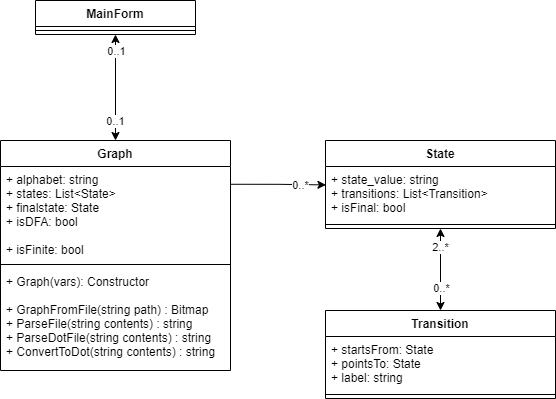
Earlier version of the draw.io export ALE2_UML.png (Louttche/ALE2). Source tidied: cells renumbered, new cells last; positions are measured from the earlier drawing's top-left corner, leaving out a move shared by most shapes.
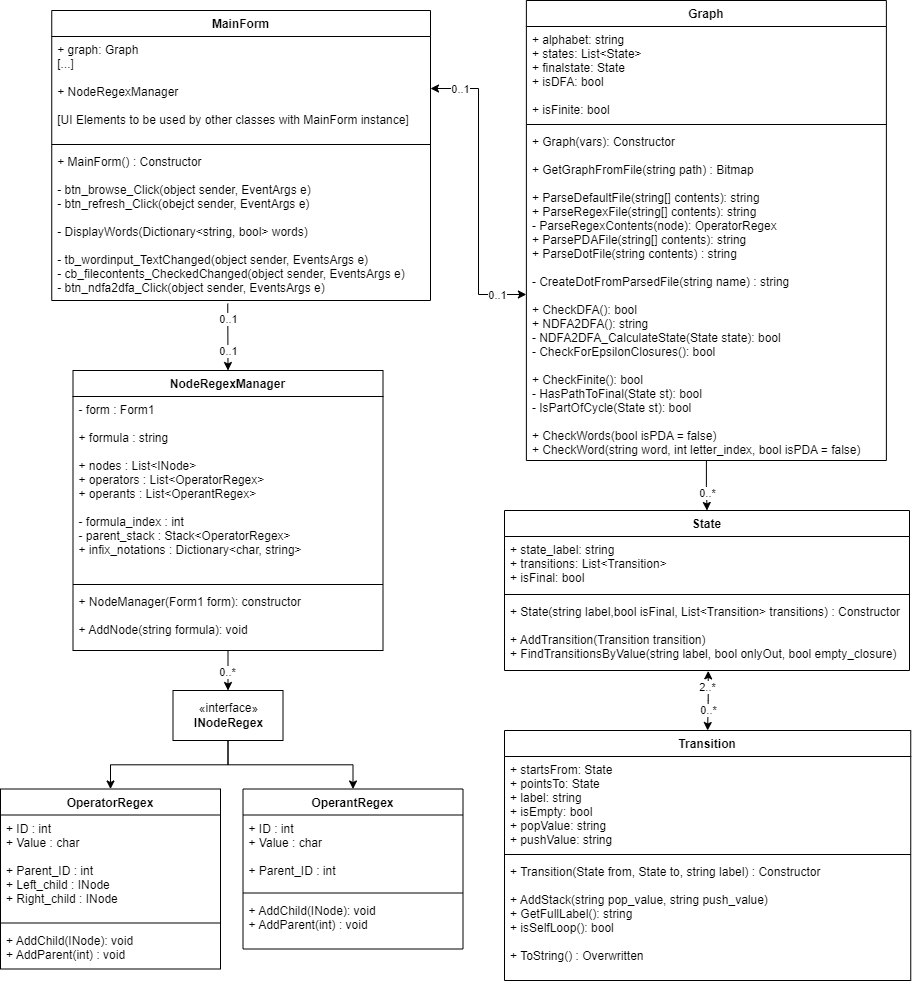
After the change.

Change to the diagram source:
```diff
@@ -2,46 +2,38 @@
   <root>
     <mxCell id="0" />
     <mxCell id="1" parent="0" />
-    <mxCell id="2" style="edgeStyle=orthogonalEdgeStyle;rounded=0;jettySize=auto;html=1;entryX=0.002;entryY=0.341;entryDx=0;entryDy=0;entryPerimeter=0;exitX=1;exitY=0.189;exitDx=0;exitDy=0;exitPerimeter=0;" parent="1" edge="1" source="5" target="17">
-      <mxGeometry relative="1" as="geometry" />
-    </mxCell>
-    <mxCell id="3" value="0..*" style="edgeLabel;html=1;align=center;verticalAlign=middle;" parent="2" vertex="1">
-      <mxGeometry x="0.27" y="-1" relative="1" as="geometry">
-        <mxPoint x="9" y="-1" as="offset" />
-      </mxGeometry>
-    </mxCell>
+    <mxCell id="22" style="edgeStyle=orthogonalEdgeStyle;rounded=0;jettySize=auto;html=1;entryX=0.5;entryY=0;entryDx=0;entryDy=0;" parent="1" edge="1" source="4" target="16">
+      <mxGeometry relative="1" as="geometry" />
+    </mxCell>
+    <mxCell id="23" value="0..*" style="edgeLabel;html=1;align=center;verticalAlign=middle;" parent="22" vertex="1">
+      <mxGeometry x="0.3" relative="1" as="geometry" />
+    </mxCell>
     <mxCell id="4" value="Graph" style="swimlane;fontStyle=1;align=center;verticalAlign=top;horizontal=1;startSize=26;" parent="1" vertex="1">
-      <mxGeometry y="140" width="230" height="230" as="geometry" />
+      <mxGeometry x="445.9" y="-80" width="360" height="460" as="geometry" />
     </mxCell>
     <mxCell id="5" value="+ alphabet: string&#10;+ states: List&lt;State&gt;&#10;+ finalstate: State&#10;+ isDFA: bool&#10;&#10;+ isFinite: bool&#10;" style="text;strokeColor=none;fillColor=none;align=left;verticalAlign=top;spacingLeft=4;spacingRight=4;overflow=hidden;points=[[0,0.5],[1,0.5]];portConstraint=eastwest;" parent="4" vertex="1">
-      <mxGeometry y="26" width="230" height="94" as="geometry" />
+      <mxGeometry y="26" width="360" height="94" as="geometry" />
     </mxCell>
     <mxCell id="6" style="line;strokeWidth=1;fillColor=none;align=left;verticalAlign=middle;spacingTop=-1;spacingLeft=3;spacingRight=3;labelPosition=right;" parent="4" vertex="1">
-      <mxGeometry y="120" width="230" height="8" as="geometry" />
+      <mxGeometry y="120" width="360" height="8" as="geometry" />
     </mxCell>
-    <mxCell id="7" value="+ Graph(vars): Constructor&#10;&#10;+ GraphFromFile(string path) : Bitmap&#10;+ ParseFile(string contents) : string&#10;+ ParseDotFile(string contents) : string&#10;+ ConvertToDot(string contents) : string" style="text;strokeColor=none;fillColor=none;align=left;verticalAlign=top;spacingLeft=4;spacingRight=4;overflow=hidden;points=[[0,0.5],[1,0.5]];portConstraint=eastwest;" parent="4" vertex="1">
-      <mxGeometry y="128" width="230" height="102" as="geometry" />
+    <mxCell id="7" value="+ Graph(vars): Constructor&#10;&#10;+ GetGraphFromFile(string path) : Bitmap&#10;&#10;+ ParseDefaultFile(string[] contents): string&#10;+ ParseRegexFile(string[] contents): string&#10;- ParseRegexContents(node): OperatorRegex&#10;+ ParsePDAFile(string[] contents): string&#10;+ ParseDotFile(string contents) : string&#10;&#10;- CreateDotFromParsedFile(string name) : string&#10;&#10;+ CheckDFA(): bool&#10;+ NDFA2DFA(): string&#10;- NDFA2DFA_CalculateState(State state): bool&#10;- CheckForEpsilonClosures(): bool&#10;&#10;+ CheckFinite(): bool&#10;- HasPathToFinal(State st): bool&#10;- IsPartOfCycle(State st): bool&#10;&#10;+ CheckWords(bool isPDA = false)&#10;+ CheckWord(string word, int letter_index, bool isPDA = false)" style="text;strokeColor=none;fillColor=none;align=left;verticalAlign=top;spacingLeft=4;spacingRight=4;overflow=hidden;points=[[0,0.5],[1,0.5]];portConstraint=eastwest;" parent="4" vertex="1">
+      <mxGeometry y="128" width="360" height="332" as="geometry" />
     </mxCell>
-    <mxCell id="8" style="edgeStyle=orthogonalEdgeStyle;rounded=0;jettySize=auto;html=1;exitX=0.5;exitY=1;exitDx=0;exitDy=0;entryX=0.5;entryY=0;entryDx=0;entryDy=0;startArrow=classic;startFill=1;" parent="1" edge="1" source="11" target="4">
+    <mxCell id="8" style="edgeStyle=orthogonalEdgeStyle;rounded=0;jettySize=auto;html=1;startArrow=classic;startFill=1;exitX=1;exitY=0.5;exitDx=0;exitDy=0;entryX=0;entryY=0.5;entryDx=0;entryDy=0;" parent="1" edge="1" source="47" target="7">
       <mxGeometry relative="1" as="geometry" />
     </mxCell>
     <mxCell id="9" value="0..1" style="edgeLabel;html=1;align=center;verticalAlign=middle;" parent="8" vertex="1">
       <mxGeometry x="0.69" y="-1" relative="1" as="geometry">
-        <mxPoint y="-4" as="offset" />
+        <mxPoint x="17" y="-1" as="offset" />
       </mxGeometry>
     </mxCell>
     <mxCell id="10" value="0..1" style="edgeLabel;html=1;align=center;verticalAlign=middle;" parent="8" vertex="1">
       <mxGeometry x="-0.78" relative="1" as="geometry">
-        <mxPoint y="4" as="offset" />
+        <mxPoint x="-4" as="offset" />
       </mxGeometry>
     </mxCell>
-    <mxCell id="11" value="MainForm" style="swimlane;fontStyle=1;align=center;verticalAlign=top;horizontal=1;startSize=26;" parent="1" vertex="1">
-      <mxGeometry x="35" width="160" height="34" as="geometry" />
-    </mxCell>
-    <mxCell id="12" style="line;strokeWidth=1;fillColor=none;align=left;verticalAlign=middle;spacingTop=-1;spacingLeft=3;spacingRight=3;labelPosition=right;" parent="11" vertex="1">
-      <mxGeometry y="26" width="160" height="8" as="geometry" />
-    </mxCell>
-    <mxCell id="13" style="edgeStyle=orthogonalEdgeStyle;rounded=0;jettySize=auto;html=1;exitX=0.5;exitY=1;exitDx=0;exitDy=0;entryX=0.5;entryY=0;entryDx=0;entryDy=0;startArrow=classic;startFill=1;" parent="1" edge="1" source="16" target="19">
+    <mxCell id="13" style="edgeStyle=orthogonalEdgeStyle;rounded=0;jettySize=auto;html=1;exitX=0.503;exitY=1.005;exitDx=0;exitDy=0;entryX=0.5;entryY=0;entryDx=0;entryDy=0;startArrow=classic;startFill=1;exitPerimeter=0;" parent="1" edge="1" source="43" target="19">
       <mxGeometry relative="1" as="geometry" />
     </mxCell>
     <mxCell id="14" value="0..*" style="edgeLabel;html=1;align=center;verticalAlign=middle;" parent="13" vertex="1">
@@ -54,23 +46,112 @@
         <mxPoint y="10" as="offset" />
       </mxGeometry>
     </mxCell>
+    <mxCell id="24" style="edgeStyle=orthogonalEdgeStyle;rounded=0;jettySize=auto;html=1;entryX=0.5;entryY=0;entryDx=0;entryDy=0;" parent="1" edge="1" source="26" target="27">
+      <mxGeometry relative="1" as="geometry" />
+    </mxCell>
+    <mxCell id="25" style="edgeStyle=orthogonalEdgeStyle;rounded=0;jettySize=auto;html=1;entryX=0.5;entryY=0;entryDx=0;entryDy=0;" parent="1" edge="1" source="26" target="31">
+      <mxGeometry relative="1" as="geometry" />
+    </mxCell>
+    <mxCell id="26" value="«interface»&lt;br&gt;&lt;b&gt;INodeRegex&lt;/b&gt;" style="html=1;" parent="1" vertex="1">
+      <mxGeometry x="92.5" y="610" width="110" height="50" as="geometry" />
+    </mxCell>
+    <mxCell id="27" value="OperatorRegex" style="swimlane;fontStyle=1;align=center;verticalAlign=top;horizontal=1;startSize=26;" parent="1" vertex="1">
+      <mxGeometry x="-80" y="708.5" width="220" height="180" as="geometry" />
+    </mxCell>
+    <mxCell id="28" value="+ ID : int&#10;+ Value : char&#10;&#10;+ Parent_ID : int&#10;+ Left_child : INode&#10;+ Right_child : INode" style="text;strokeColor=none;fillColor=none;align=left;verticalAlign=top;spacingLeft=4;spacingRight=4;overflow=hidden;" parent="27" vertex="1">
+      <mxGeometry y="26" width="220" height="104" as="geometry" />
+    </mxCell>
+    <mxCell id="29" style="line;strokeWidth=1;fillColor=none;align=left;verticalAlign=middle;spacingTop=-1;spacingLeft=3;spacingRight=3;labelPosition=right;" parent="27" vertex="1">
+      <mxGeometry y="130" width="220" height="8" as="geometry" />
+    </mxCell>
+    <mxCell id="30" value="+ AddChild(INode): void&#10;+ AddParent(int) : void" style="text;strokeColor=none;fillColor=none;align=left;verticalAlign=top;spacingLeft=4;spacingRight=4;overflow=hidden;" parent="27" vertex="1">
+      <mxGeometry y="138" width="220" height="42" as="geometry" />
+    </mxCell>
+    <mxCell id="31" value="OperantRegex" style="swimlane;fontStyle=1;align=center;verticalAlign=top;horizontal=1;startSize=26;" parent="1" vertex="1">
+      <mxGeometry x="162.5" y="708.5" width="220" height="160" as="geometry" />
+    </mxCell>
+    <mxCell id="32" value="+ ID : int&#10;+ Value : char&#10;&#10;+ Parent_ID : int&#10;" style="text;strokeColor=none;fillColor=none;align=left;verticalAlign=top;spacingLeft=4;spacingRight=4;overflow=hidden;" parent="31" vertex="1">
+      <mxGeometry y="26" width="220" height="74" as="geometry" />
+    </mxCell>
+    <mxCell id="33" style="line;strokeWidth=1;fillColor=none;align=left;verticalAlign=middle;spacingTop=-1;spacingLeft=3;spacingRight=3;labelPosition=right;" parent="31" vertex="1">
+      <mxGeometry y="100" width="220" height="8" as="geometry" />
+    </mxCell>
+    <mxCell id="34" value="+ AddChild(INode): void&#10;+ AddParent(int) : void" style="text;strokeColor=none;fillColor=none;align=left;verticalAlign=top;spacingLeft=4;spacingRight=4;overflow=hidden;" parent="31" vertex="1">
+      <mxGeometry y="108" width="220" height="52" as="geometry" />
+    </mxCell>
+    <mxCell id="35" style="edgeStyle=orthogonalEdgeStyle;rounded=0;jettySize=auto;html=1;entryX=0.5;entryY=0;entryDx=0;entryDy=0;" parent="1" edge="1" source="37" target="26">
+      <mxGeometry relative="1" as="geometry" />
+    </mxCell>
+    <mxCell id="36" value="0..*" style="edgeLabel;html=1;align=center;verticalAlign=middle;" parent="35" vertex="1">
+      <mxGeometry x="0.31" y="-1" relative="1" as="geometry">
+        <mxPoint y="-5" as="offset" />
+      </mxGeometry>
+    </mxCell>
+    <mxCell id="37" value="NodeRegexManager" style="swimlane;fontStyle=1;align=center;verticalAlign=top;horizontal=1;startSize=26;" parent="1" vertex="1">
+      <mxGeometry x="-7.5" y="290" width="310" height="280" as="geometry" />
+    </mxCell>
+    <mxCell id="38" value="- form : Form1&#10;&#10;+ formula : string&#10;&#10;+ nodes : List&lt;INode&gt;&#10;+ operators : List&lt;OperatorRegex&gt;&#10;+ operants : List&lt;OperantRegex&gt;&#10;&#10;- formula_index : int&#10;- parent_stack : Stack&lt;OperatorRegex&gt;&#10;+ infix_notations : Dictionary&lt;char, string&gt;" style="text;strokeColor=none;fillColor=none;align=left;verticalAlign=top;spacingLeft=4;spacingRight=4;overflow=hidden;" parent="37" vertex="1">
+      <mxGeometry y="26" width="310" height="184" as="geometry" />
+    </mxCell>
+    <mxCell id="39" style="line;strokeWidth=1;fillColor=none;align=left;verticalAlign=middle;spacingTop=-1;spacingLeft=3;spacingRight=3;labelPosition=right;" parent="37" vertex="1">
+      <mxGeometry y="210" width="310" height="8" as="geometry" />
+    </mxCell>
+    <mxCell id="40" value="+ NodeManager(Form1 form): constructor&#10;&#10;+ AddNode(string formula): void&#10;" style="text;strokeColor=none;fillColor=none;align=left;verticalAlign=top;spacingLeft=4;spacingRight=4;overflow=hidden;" parent="37" vertex="1">
+      <mxGeometry y="218" width="310" height="62" as="geometry" />
+    </mxCell>
     <mxCell id="16" value="State" style="swimlane;fontStyle=1;align=center;verticalAlign=top;horizontal=1;startSize=26;" parent="1" vertex="1">
-      <mxGeometry x="325" y="140" width="230" height="88" as="geometry" />
+      <mxGeometry x="424" y="430" width="405" height="160" as="geometry" />
     </mxCell>
-    <mxCell id="17" value="+ state_value: string&#10;+ transitions: List&lt;Transition&gt;&#10;+ isFinal: bool" style="text;strokeColor=none;fillColor=none;align=left;verticalAlign=top;spacingLeft=4;spacingRight=4;overflow=hidden;points=[[0,0.5],[1,0.5]];portConstraint=eastwest;" parent="16" vertex="1">
-      <mxGeometry y="26" width="230" height="54" as="geometry" />
-    </mxCell>
-    <mxCell id="18" style="line;strokeWidth=1;fillColor=none;align=left;verticalAlign=middle;spacingTop=-1;spacingLeft=3;spacingRight=3;labelPosition=right;" parent="16" vertex="1">
-      <mxGeometry y="80" width="230" height="8" as="geometry" />
-    </mxCell>
+    <mxCell id="41" value="+ state_label: string&#10;+ transitions: List&lt;Transition&gt;&#10;+ isFinal: bool" style="text;strokeColor=none;fillColor=none;align=left;verticalAlign=top;spacingLeft=4;spacingRight=4;overflow=hidden;" parent="16" vertex="1">
+      <mxGeometry y="26" width="405" height="54" as="geometry" />
+    </mxCell>
+    <mxCell id="42" style="line;strokeWidth=1;fillColor=none;align=left;verticalAlign=middle;spacingTop=-1;spacingLeft=3;spacingRight=3;labelPosition=right;" parent="16" vertex="1">
+      <mxGeometry y="80" width="405" height="8" as="geometry" />
+    </mxCell>
+    <mxCell id="43" value="+ State(string label,bool isFinal, List&lt;Transition&gt; transitions) : Constructor&#10;&#10;+ AddTransition(Transition transition)&#10;+ FindTransitionsByValue(string label, bool onlyOut, bool empty_closure)" style="text;strokeColor=none;fillColor=none;align=left;verticalAlign=top;spacingLeft=4;spacingRight=4;overflow=hidden;points=[[0,0.5],[1,0.5]];portConstraint=eastwest;" parent="16" vertex="1">
+      <mxGeometry y="88" width="405" height="72" as="geometry" />
+    </mxCell>
-    <mxCell id="19" value="Transition" style="swimlane;fontStyle=1;align=center;verticalAlign=top;horizontal=1;startSize=26;" parent="1" vertex="1">
-      <mxGeometry x="325" y="310" width="230" height="88" as="geometry" />
+    <mxCell id="19" value="Transition" style="swimlane;fontStyle=1;align=center;verticalAlign=top;horizontal=1;startSize=26;gradientColor=none;" parent="1" vertex="1">
+      <mxGeometry x="424" y="650" width="406.2" height="250" as="geometry" />
     </mxCell>
-    <mxCell id="20" value="+ startsFrom: State&#10;+ pointsTo: State&#10;+ label: string" style="text;strokeColor=none;fillColor=none;align=left;verticalAlign=top;spacingLeft=4;spacingRight=4;overflow=hidden;" parent="19" vertex="1">
-      <mxGeometry y="26" width="230" height="54" as="geometry" />
-    </mxCell>
-    <mxCell id="21" style="line;strokeWidth=1;fillColor=none;align=left;verticalAlign=middle;spacingTop=-1;spacingLeft=3;spacingRight=3;labelPosition=right;" parent="19" vertex="1">
-      <mxGeometry y="80" width="230" height="8" as="geometry" />
-    </mxCell>
+    <mxCell id="44" value="+ startsFrom: State&#10;+ pointsTo: State&#10;+ label: string&#10;+ isEmpty: bool&#10;+ popValue: string&#10;+ pushValue: string" style="text;strokeColor=none;fillColor=none;align=left;verticalAlign=top;spacingLeft=4;spacingRight=4;overflow=hidden;" parent="19" vertex="1">
+      <mxGeometry y="26" width="406.2" height="94" as="geometry" />
+    </mxCell>
+    <mxCell id="45" style="line;strokeWidth=1;fillColor=none;align=left;verticalAlign=middle;spacingTop=-1;spacingLeft=3;spacingRight=3;labelPosition=right;" parent="19" vertex="1">
+      <mxGeometry y="120" width="406.2" height="8" as="geometry" />
+    </mxCell>
+    <mxCell id="46" value="+ Transition(State from, State to, string label) : Constructor&#10;&#10;+ AddStack(string pop_value, string push_value)&#10;+ GetFullLabel(): string&#10;+ isSelfLoop(): bool&#10;&#10;+ ToString() : Overwritten" style="text;strokeColor=none;fillColor=none;align=left;verticalAlign=top;spacingLeft=4;spacingRight=4;overflow=hidden;" parent="19" vertex="1">
+      <mxGeometry y="128" width="406.2" height="122" as="geometry" />
+    </mxCell>
+    <mxCell id="11" value="MainForm" style="swimlane;fontStyle=1;align=center;verticalAlign=top;horizontal=1;startSize=26;" parent="1" vertex="1">
+      <mxGeometry x="-28.8" y="-70" width="378.8" height="290" as="geometry" />
+    </mxCell>
+    <mxCell id="47" value="+ graph: Graph&#10;[...]&#10;&#10;+ NodeRegexManager&#10;&#10;[UI Elements to be used by other classes with MainForm instance]&#10;&#10;" style="text;strokeColor=none;fillColor=none;align=left;verticalAlign=top;spacingLeft=4;spacingRight=4;overflow=hidden;points=[[0,0.5],[1,0.5]];portConstraint=eastwest;" parent="11" vertex="1">
+      <mxGeometry y="26" width="378.8" height="104" as="geometry" />
+    </mxCell>
+    <mxCell id="48" style="line;strokeWidth=1;fillColor=none;align=left;verticalAlign=middle;spacingTop=-1;spacingLeft=3;spacingRight=3;labelPosition=right;" parent="11" vertex="1">
+      <mxGeometry y="130" width="378.8" height="8" as="geometry" />
+    </mxCell>
+    <mxCell id="49" value="+ MainForm() : Constructor&#10;&#10;- btn_browse_Click(object sender, EventArgs e)&#10;- btn_refresh_Click(obejct sender, EventArgs e)&#10;&#10;- DisplayWords(Dictionary&lt;string, bool&gt; words)&#10;&#10;- tb_wordinput_TextChanged(object sender, EventsArgs e)&#10;- cb_filecontents_CheckedChanged(object sender, EventsArgs e)&#10;- btn_ndfa2dfa_Click(object sender, EventsArgs e)" style="text;strokeColor=none;fillColor=none;align=left;verticalAlign=top;spacingLeft=4;spacingRight=4;overflow=hidden;" parent="11" vertex="1">
+      <mxGeometry y="138" width="378.8" height="152" as="geometry" />
+    </mxCell>
+    <mxCell id="50" style="edgeStyle=orthogonalEdgeStyle;rounded=0;jettySize=auto;html=1;entryX=0.5;entryY=0;entryDx=0;entryDy=0;" parent="1" edge="1" target="37">
+      <mxGeometry relative="1" as="geometry">
+        <mxPoint x="147.2" y="223" as="sourcePoint" />
+        <Array as="points">
+          <mxPoint x="147.2" y="223" />
+        </Array>
+      </mxGeometry>
+    </mxCell>
+    <mxCell id="51" value="0..1" style="edgeLabel;html=1;align=center;verticalAlign=middle;" parent="50" vertex="1">
+      <mxGeometry x="0.91" y="-3" relative="1" as="geometry">
+        <mxPoint x="3" y="-17" as="offset" />
+      </mxGeometry>
+    </mxCell>
+    <mxCell id="52" value="0..1" style="edgeLabel;html=1;align=center;verticalAlign=middle;" parent="50" vertex="1">
+      <mxGeometry x="-0.92" y="-1" relative="1" as="geometry">
+        <mxPoint x="1" y="12" as="offset" />
+      </mxGeometry>
+    </mxCell>
   </root>
 </mxGraphModel>
```
